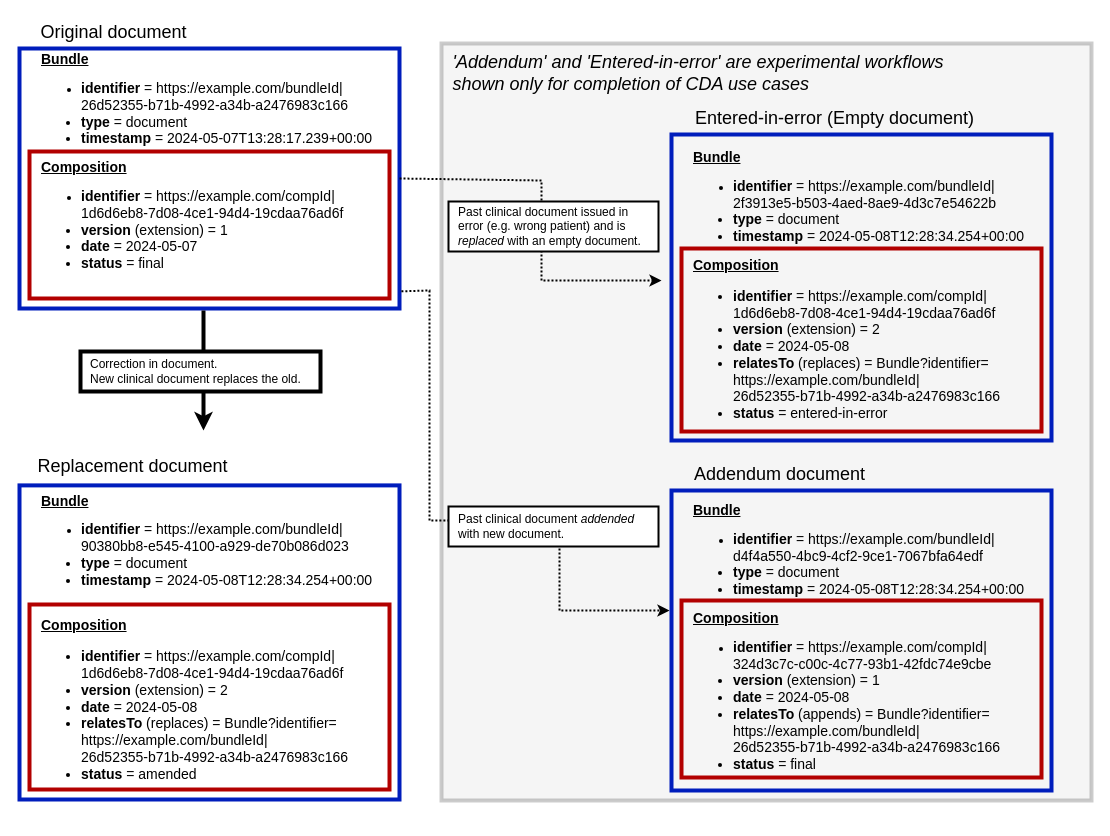
Above: page "sucessionMangement" (2 of 3) of input/images/imagesRaw/FHIRclinicalDocs.drawio in HL7/fhir-clinical-document (draw.io), before the change. Source tidied: cells renumbered, new cells numbered last; positions are measured from the earlier drawing's top-left corner, leaving out a move shared by most shapes. Both pictures are drawn from the tidied source at 100%, with x=0, y=0 at pixel (19, 17).
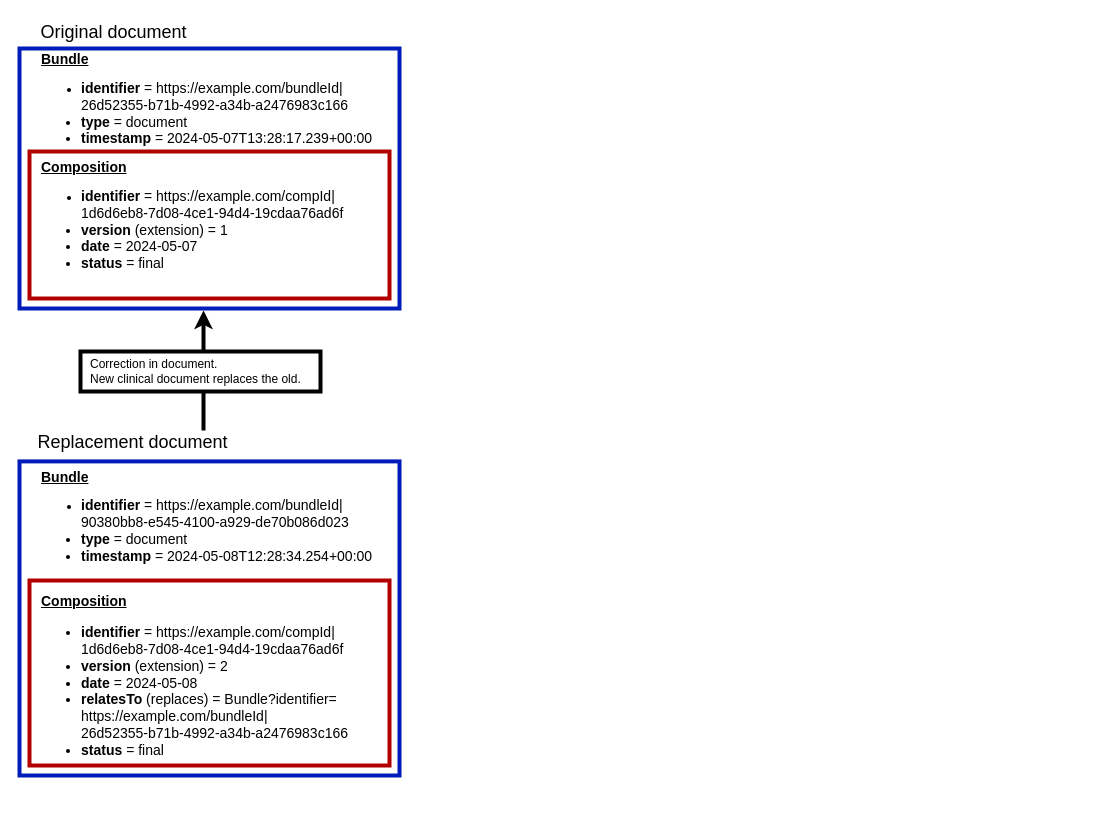
Above is the later version.

The change refers to these unchanged cells:
```xml
<mxCell id="18" style="rounded=0;whiteSpace=wrap;html=1;fillColor=none;strokeWidth=4;fontColor=#ffffff;strokeColor=#001DBC;" parent="17" vertex="1">
  <mxGeometry y="31" width="380" height="260" as="geometry" />
</mxCell>
<mxCell id="22" style="group;" parent="1" vertex="1">
  <mxGeometry x="61" y="293" width="240" height="120" as="geometry" />
</mxCell>
```

Diff of the diagram source:
```diff
@@
-    <mxCell id="2" style="rounded=0;whiteSpace=wrap;html=1;fillColor=#CCCCCC;opacity=20;strokeWidth=4;strokeColor=#000000;perimeterSpacing=4;" parent="1" vertex="1">
-      <mxGeometry x="422" y="26" width="650" height="757" as="geometry" />
-    </mxCell>
-    <mxCell id="3" style="rounded=0;whiteSpace=wrap;html=1;fillColor=none;strokeWidth=4;fontColor=#ffffff;strokeColor=#001DBC;" parent="1" vertex="1">
-      <mxGeometry x="652" y="473" width="380" height="300" as="geometry" />
-    </mxCell>
-    <mxCell id="4" style="rounded=0;whiteSpace=wrap;html=1;fillColor=none;strokeWidth=4;fontColor=#ffffff;strokeColor=#B20000;" parent="1" vertex="1">
-      <mxGeometry x="662" y="583" width="360" height="177" as="geometry" />
-    </mxCell>
-    <mxCell id="5" value="&lt;div&gt;&lt;b style=&quot;background-color: initial; font-size: 14px;&quot;&gt;&lt;u&gt;Bundle&lt;/u&gt;&lt;/b&gt;&lt;br&gt;&lt;/div&gt;&lt;div style=&quot;&quot;&gt;&lt;ul style=&quot;&quot;&gt;&lt;li style=&quot;&quot;&gt;&lt;font style=&quot;&quot;&gt;&lt;b style=&quot;font-size: 14px;&quot;&gt;identifier &lt;/b&gt;&lt;span style=&quot;font-size: 14px;&quot;&gt;= https://example.com/bundleId|&lt;/span&gt;&lt;br&gt;&lt;span style=&quot;font-size: 14px;&quot;&gt;d4f4a550-4bc9-4cf2-9ce1-7067bfa64edf&lt;/span&gt;&lt;br&gt;&lt;/font&gt;&lt;/li&gt;&lt;li style=&quot;font-size: 14px;&quot;&gt;&lt;font style=&quot;font-size: 14px;&quot;&gt;&lt;b&gt;type&lt;/b&gt; = document&lt;/font&gt;&lt;/li&gt;&lt;li style=&quot;font-size: 14px;&quot;&gt;&lt;font style=&quot;font-size: 14px;&quot;&gt;&lt;b&gt;timestamp &lt;/b&gt;=&amp;nbsp;&lt;/font&gt;2024-05-08T12:28:34.254+00:00&lt;/li&gt;&lt;/ul&gt;&lt;/div&gt;&lt;div style=&quot;font-size: 14px;&quot;&gt;&lt;b style=&quot;background-color: initial;&quot;&gt;&lt;u&gt;Composition&lt;/u&gt;&lt;/b&gt;&lt;br&gt;&lt;/div&gt;&lt;div style=&quot;&quot;&gt;&lt;ul style=&quot;&quot;&gt;&lt;li style=&quot;&quot;&gt;&lt;font style=&quot;&quot;&gt;&lt;b style=&quot;font-size: 14px;&quot;&gt;identifier&lt;/b&gt;&lt;span style=&quot;font-size: 14px;&quot;&gt; = https://example.com/compId|&lt;/span&gt;&lt;br&gt;&lt;span style=&quot;font-size: 14px;&quot;&gt;324d3c7c-c00c-4c77-93b1-42fdc74e9cbe&lt;/span&gt;&lt;br&gt;&lt;/font&gt;&lt;/li&gt;&lt;li style=&quot;font-size: 14px;&quot;&gt;&lt;font style=&quot;font-size: 14px;&quot;&gt;&lt;b&gt;version &lt;/b&gt;(extension) = 1&lt;/font&gt;&lt;/li&gt;&lt;li style=&quot;font-size: 14px;&quot;&gt;&lt;font style=&quot;font-size: 14px;&quot;&gt;&lt;b&gt;date &lt;/b&gt;= 2024-05-08&lt;/font&gt;&lt;/li&gt;&lt;li style=&quot;font-size: 14px;&quot;&gt;&lt;font style=&quot;font-size: 14px;&quot;&gt;&lt;b&gt;relatesTo &lt;/b&gt;(appends) = Bundle?identifier=&lt;br&gt;https://example.com/bundleId|&lt;br&gt;26d52355-b71b-4992-a34b-a2476983c166&lt;br&gt;&lt;/font&gt;&lt;/li&gt;&lt;li style=&quot;font-size: 14px;&quot;&gt;&lt;font style=&quot;font-size: 14px;&quot;&gt;&lt;b&gt;status &lt;/b&gt;= final&lt;/font&gt;&lt;/li&gt;&lt;/ul&gt;&lt;/div&gt;" style="text;html=1;align=left;verticalAlign=middle;strokeColor=none;fillColor=none;" parent="1" vertex="1">
-      <mxGeometry x="672" y="476" width="350" height="300" as="geometry" />
-    </mxCell>
-    <mxCell id="6" style="rounded=0;whiteSpace=wrap;html=1;fillColor=none;strokeWidth=4;fontColor=#ffffff;strokeColor=#001DBC;" parent="1" vertex="1">
-      <mxGeometry x="652" y="117" width="380" height="306" as="geometry" />
-    </mxCell>
-    <mxCell id="7" value="&lt;div&gt;&lt;b style=&quot;background-color: initial; font-size: 14px;&quot;&gt;&lt;u&gt;Bundle&lt;/u&gt;&lt;/b&gt;&lt;br&gt;&lt;/div&gt;&lt;div style=&quot;&quot;&gt;&lt;ul style=&quot;&quot;&gt;&lt;li style=&quot;&quot;&gt;&lt;font style=&quot;&quot;&gt;&lt;span style=&quot;font-size: 14px;&quot;&gt;&lt;b&gt;identifier &lt;/b&gt;= https://example.com/bundleId|&lt;/span&gt;&lt;br&gt;&lt;span style=&quot;font-size: 14px;&quot;&gt;2f3913e5-b503-4aed-8ae9-4d3c7e54622b&lt;/span&gt;&lt;br&gt;&lt;/font&gt;&lt;/li&gt;&lt;li style=&quot;font-size: 14px;&quot;&gt;&lt;font style=&quot;font-size: 14px;&quot;&gt;&lt;b&gt;type &lt;/b&gt;= document&lt;/font&gt;&lt;/li&gt;&lt;li style=&quot;font-size: 14px;&quot;&gt;&lt;font style=&quot;font-size: 14px;&quot;&gt;&lt;b&gt;timestamp &lt;/b&gt;=&amp;nbsp;&lt;/font&gt;2024-05-08T12:28:34.254+00:00&lt;/li&gt;&lt;/ul&gt;&lt;/div&gt;&lt;div style=&quot;font-size: 14px;&quot;&gt;&lt;b style=&quot;background-color: initial;&quot;&gt;&lt;u&gt;Composition&lt;/u&gt;&lt;/b&gt;&lt;br&gt;&lt;/div&gt;&lt;div style=&quot;font-size: 14px;&quot;&gt;&lt;ul style=&quot;&quot;&gt;&lt;li&gt;&lt;b&gt;identifier&amp;nbsp;&lt;/b&gt;= https://example.com/compId|&lt;br&gt;1d6d6eb8-7d08-4ce1-94d4-19cdaa76ad6f&lt;/li&gt;&lt;li&gt;&lt;b&gt;version&amp;nbsp;&lt;/b&gt;(extension) = 2&lt;/li&gt;&lt;li&gt;&lt;b&gt;date&amp;nbsp;&lt;/b&gt;= 2024-05-08&lt;/li&gt;&lt;li&gt;&lt;b&gt;relatesTo&amp;nbsp;&lt;/b&gt;(replaces) = Bundle?identifier=&lt;br&gt;https://example.com/bundleId|&lt;br&gt;26d52355-b71b-4992-a34b-a2476983c166&lt;/li&gt;&lt;li&gt;&lt;span style=&quot;background-color: initial;&quot;&gt;&lt;b&gt;status&amp;nbsp;&lt;/b&gt;=&amp;nbsp;&lt;/span&gt;entered-in-error&lt;/li&gt;&lt;/ul&gt;&lt;/div&gt;" style="text;html=1;align=left;verticalAlign=middle;strokeColor=none;fillColor=none;" parent="1" vertex="1">
-      <mxGeometry x="672" y="125" width="350" height="300" as="geometry" />
-    </mxCell>
     <mxCell id="8" style="group;" parent="1" vertex="1">
-      <mxGeometry y="432" width="390" height="370" as="geometry" />
+      <mxGeometry y="408" width="390" height="370" as="geometry" />
     </mxCell>
@@
-    <mxCell id="11" value="&lt;div&gt;&lt;b style=&quot;background-color: initial; font-size: 14px;&quot;&gt;&lt;u&gt;Bundle&lt;/u&gt;&lt;/b&gt;&lt;br&gt;&lt;/div&gt;&lt;div style=&quot;&quot;&gt;&lt;ul style=&quot;&quot;&gt;&lt;li style=&quot;&quot;&gt;&lt;span style=&quot;font-size: 14px;&quot;&gt;&lt;b&gt;identifier &lt;/b&gt;= https://example.com/bundleId|&lt;/span&gt;&lt;br&gt;&lt;span style=&quot;font-size: 14px;&quot;&gt;90380bb8-e545-4100-a929-de70b086d023&lt;/span&gt;&lt;br&gt;&lt;/li&gt;&lt;li style=&quot;font-size: 14px;&quot;&gt;&lt;font style=&quot;font-size: 14px;&quot;&gt;&lt;b&gt;type &lt;/b&gt;= document&lt;/font&gt;&lt;/li&gt;&lt;li style=&quot;font-size: 14px;&quot;&gt;&lt;font style=&quot;font-size: 14px;&quot;&gt;&lt;b&gt;timestamp &lt;/b&gt;=&amp;nbsp;&lt;/font&gt;2024-05-08T12:28:34.254+00:00&lt;/li&gt;&lt;/ul&gt;&lt;/div&gt;&lt;div style=&quot;font-size: 14px;&quot;&gt;&lt;font style=&quot;font-size: 14px;&quot;&gt;&lt;br&gt;&lt;/font&gt;&lt;/div&gt;&lt;div style=&quot;font-size: 14px;&quot;&gt;&lt;font style=&quot;font-size: 14px;&quot;&gt;&lt;b&gt;&lt;u&gt;Composition&lt;/u&gt;&lt;/b&gt;&lt;/font&gt;&lt;/div&gt;&lt;div style=&quot;font-size: 14px;&quot;&gt;&lt;ul style=&quot;&quot;&gt;&lt;li&gt;&lt;b&gt;identifier &lt;/b&gt;= https://example.com/compId|&lt;br&gt;1d6d6eb8-7d08-4ce1-94d4-19cdaa76ad6f&lt;/li&gt;&lt;li style=&quot;&quot;&gt;&lt;font style=&quot;font-size: 14px;&quot;&gt;&lt;b&gt;version &lt;/b&gt;(extension) = 2&lt;/font&gt;&lt;/li&gt;&lt;li style=&quot;&quot;&gt;&lt;font style=&quot;font-size: 14px;&quot;&gt;&lt;b&gt;date &lt;/b&gt;= 2024-05-08&lt;/font&gt;&lt;/li&gt;&lt;li style=&quot;&quot;&gt;&lt;font style=&quot;font-size: 14px;&quot;&gt;&lt;b&gt;relatesTo &lt;/b&gt;(replaces) = Bundle?identifier=&lt;br&gt;&lt;/font&gt;https://example.com/bundleId|&lt;br&gt;26d52355-b71b-4992-a34b-a2476983c166&lt;/li&gt;&lt;li style=&quot;&quot;&gt;&lt;span style=&quot;background-color: initial;&quot;&gt;&lt;b&gt;status &lt;/b&gt;= amended&lt;/span&gt;&lt;br&gt;&lt;/li&gt;&lt;/ul&gt;&lt;/div&gt;" style="text;html=1;align=left;verticalAlign=middle;strokeColor=none;fillColor=none;" parent="8" vertex="1">
+    <mxCell id="11" value="&lt;div&gt;&lt;b style=&quot;background-color: initial; font-size: 14px;&quot;&gt;&lt;u&gt;Bundle&lt;/u&gt;&lt;/b&gt;&lt;br&gt;&lt;/div&gt;&lt;div style=&quot;&quot;&gt;&lt;ul style=&quot;&quot;&gt;&lt;li style=&quot;&quot;&gt;&lt;span style=&quot;font-size: 14px;&quot;&gt;&lt;b&gt;identifier &lt;/b&gt;= https://example.com/bundleId|&lt;/span&gt;&lt;br&gt;&lt;span style=&quot;font-size: 14px;&quot;&gt;90380bb8-e545-4100-a929-de70b086d023&lt;/span&gt;&lt;br&gt;&lt;/li&gt;&lt;li style=&quot;font-size: 14px;&quot;&gt;&lt;font style=&quot;font-size: 14px;&quot;&gt;&lt;b&gt;type &lt;/b&gt;= document&lt;/font&gt;&lt;/li&gt;&lt;li style=&quot;font-size: 14px;&quot;&gt;&lt;font style=&quot;font-size: 14px;&quot;&gt;&lt;b&gt;timestamp &lt;/b&gt;=&amp;nbsp;&lt;/font&gt;2024-05-08T12:28:34.254+00:00&lt;/li&gt;&lt;/ul&gt;&lt;/div&gt;&lt;div style=&quot;font-size: 14px;&quot;&gt;&lt;font style=&quot;font-size: 14px;&quot;&gt;&lt;br&gt;&lt;/font&gt;&lt;/div&gt;&lt;div style=&quot;font-size: 14px;&quot;&gt;&lt;font style=&quot;font-size: 14px;&quot;&gt;&lt;b&gt;&lt;u&gt;Composition&lt;/u&gt;&lt;/b&gt;&lt;/font&gt;&lt;/div&gt;&lt;div style=&quot;font-size: 14px;&quot;&gt;&lt;ul style=&quot;&quot;&gt;&lt;li&gt;&lt;b&gt;identifier &lt;/b&gt;= https://example.com/compId|&lt;br&gt;1d6d6eb8-7d08-4ce1-94d4-19cdaa76ad6f&lt;/li&gt;&lt;li style=&quot;&quot;&gt;&lt;font style=&quot;font-size: 14px;&quot;&gt;&lt;b&gt;version &lt;/b&gt;(extension) = 2&lt;/font&gt;&lt;/li&gt;&lt;li style=&quot;&quot;&gt;&lt;font style=&quot;font-size: 14px;&quot;&gt;&lt;b&gt;date &lt;/b&gt;= 2024-05-08&lt;/font&gt;&lt;/li&gt;&lt;li style=&quot;&quot;&gt;&lt;font style=&quot;font-size: 14px;&quot;&gt;&lt;b&gt;relatesTo &lt;/b&gt;(replaces) = Bundle?identifier=&lt;br&gt;&lt;/font&gt;https://example.com/bundleId|&lt;br&gt;26d52355-b71b-4992-a34b-a2476983c166&lt;/li&gt;&lt;li style=&quot;&quot;&gt;&lt;span style=&quot;background-color: initial;&quot;&gt;&lt;b&gt;status &lt;/b&gt;= final&lt;/span&gt;&lt;br&gt;&lt;/li&gt;&lt;/ul&gt;&lt;/div&gt;" style="text;html=1;align=left;verticalAlign=middle;strokeColor=none;fillColor=none;" parent="8" vertex="1">
       <mxGeometry x="20" y="34.5" width="350" height="320" as="geometry" />
     </mxCell>
@@
-    <mxCell id="13" style="rounded=0;whiteSpace=wrap;html=1;fillColor=none;strokeWidth=4;fontColor=#ffffff;strokeColor=#B20000;" parent="1" vertex="1">
-      <mxGeometry x="662" y="231" width="360" height="183" as="geometry" />
-    </mxCell>
-    <mxCell id="14" value="&lt;font style=&quot;font-size: 18px;&quot;&gt;Entered-in-error (Empty document)&lt;/font&gt;" style="text;html=1;align=center;verticalAlign=middle;whiteSpace=wrap;rounded=0;" parent="1" vertex="1">
-      <mxGeometry x="669" y="86" width="293" height="30" as="geometry" />
-    </mxCell>
-    <mxCell id="15" value="&lt;font style=&quot;font-size: 18px;&quot;&gt;Addendum document&lt;/font&gt;" style="text;html=1;align=center;verticalAlign=middle;whiteSpace=wrap;rounded=0;" parent="1" vertex="1">
-      <mxGeometry x="669" y="442" width="183" height="30" as="geometry" />
-    </mxCell>
-    <mxCell id="16" value="&lt;font style=&quot;font-size: 18px;&quot;&gt;&lt;i&gt;'Addendum' and 'Entered-in-error' are experimental workflows&lt;br&gt;&lt;div style=&quot;text-align: left;&quot;&gt;&lt;span style=&quot;background-color: initial;&quot;&gt;shown only for completion of CDA use cases&lt;/span&gt;&lt;/div&gt;&lt;/i&gt;&lt;/font&gt;" style="text;html=1;align=center;verticalAlign=middle;whiteSpace=wrap;rounded=0;" parent="1" vertex="1">
-      <mxGeometry x="429" y="26" width="500" height="60" as="geometry" />
-    </mxCell>
@@
     <mxCell id="23" style="endArrow=classic;html=1;rounded=0;strokeWidth=4;" parent="22" edge="1">
       <mxGeometry relative="1" as="geometry">
-        <mxPoint x="123" as="sourcePoint" />
-        <mxPoint x="123" y="120" as="targetPoint" />
+        <mxPoint x="123" y="120" as="sourcePoint" />
+        <mxPoint x="123" as="targetPoint" />
       </mxGeometry>
     </mxCell>
@@
-    <mxCell id="25" style="endArrow=classic;html=1;rounded=0;strokeWidth=2;dashed=1;dashPattern=1 1;exitX=1.005;exitY=0.934;exitDx=0;exitDy=0;exitPerimeter=0;" parent="1" edge="1" source="18">
-      <mxGeometry relative="1" as="geometry">
-        <mxPoint x="650" y="593" as="targetPoint" />
-        <Array as="points">
-          <mxPoint x="410" y="273" />
-          <mxPoint x="410" y="303" />
-          <mxPoint x="410" y="373" />
-          <mxPoint x="410" y="413" />
-          <mxPoint x="410" y="503" />
-          <mxPoint x="490" y="503" />
-          <mxPoint x="540" y="503" />
-          <mxPoint x="540" y="543" />
-          <mxPoint x="540" y="593" />
-          <mxPoint x="580" y="593" />
-          <mxPoint x="610" y="593" />
-        </Array>
-      </mxGeometry>
-    </mxCell>
-    <mxCell id="26" value="Past clinical document &lt;i&gt;addended &lt;/i&gt;&lt;br&gt;with new document." style="text;html=1;align=left;verticalAlign=middle;strokeColor=default;fillColor=default;strokeWidth=2;spacingTop=0;spacingLeft=8;rotation=0;" parent="1" vertex="1">
-      <mxGeometry x="429" y="489" width="210" height="40" as="geometry" />
-    </mxCell>
-    <mxCell id="27" style="endArrow=classic;html=1;rounded=0;strokeWidth=2;dashed=1;dashPattern=1 1;exitX=1;exitY=0.5;exitDx=0;exitDy=0;" parent="1" edge="1" source="18">
-      <mxGeometry relative="1" as="geometry">
-        <mxPoint x="642" y="263" as="targetPoint" />
-        <Array as="points">
-          <mxPoint x="522" y="163" />
-          <mxPoint x="522" y="263" />
-        </Array>
-      </mxGeometry>
-    </mxCell>
-    <mxCell id="28" value="Past clinical document issued in&lt;br&gt;error (e.g. wrong patient) and is &lt;br&gt;&lt;i&gt;replaced&lt;/i&gt; with an empty document." style="text;html=1;align=left;verticalAlign=middle;strokeColor=default;fillColor=default;strokeWidth=2;spacingTop=0;spacingLeft=8;rotation=0;" parent="1" vertex="1">
-      <mxGeometry x="429" y="184" width="210" height="50" as="geometry" />
-    </mxCell>
```
